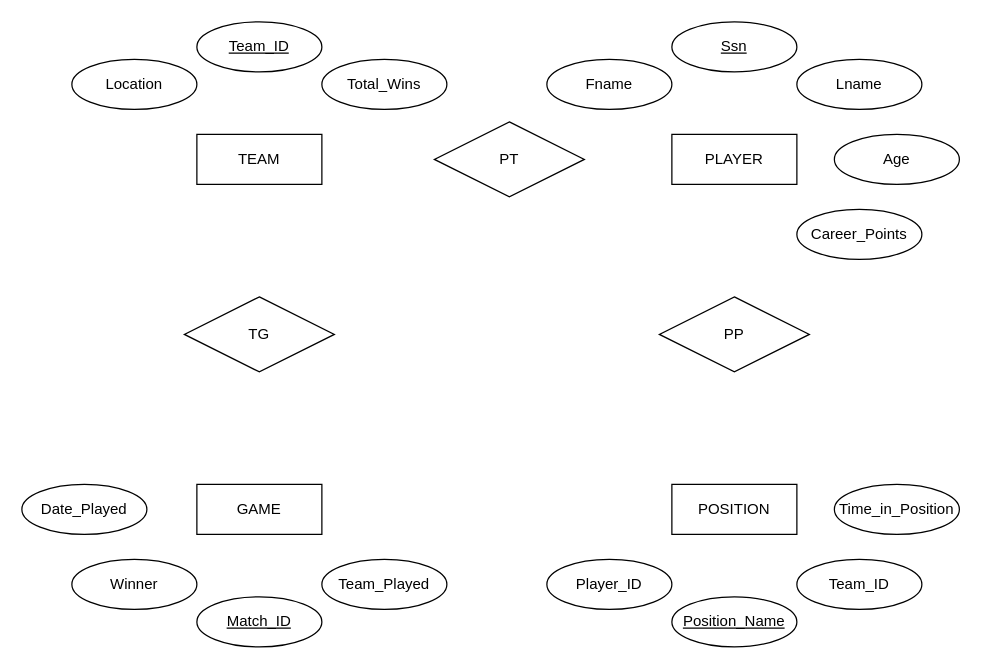
Above: Untitled Diagram.drawio in JarredFoley/Final-Project-CMS (draw.io), before the change. Source tidied: cells renumbered, new cells numbered last; positions are measured from the earlier drawing's top-left corner, leaving out a move shared by most shapes. Both pictures are drawn from the tidied source at 125%, with x=0, y=0 at pixel (21, 21).
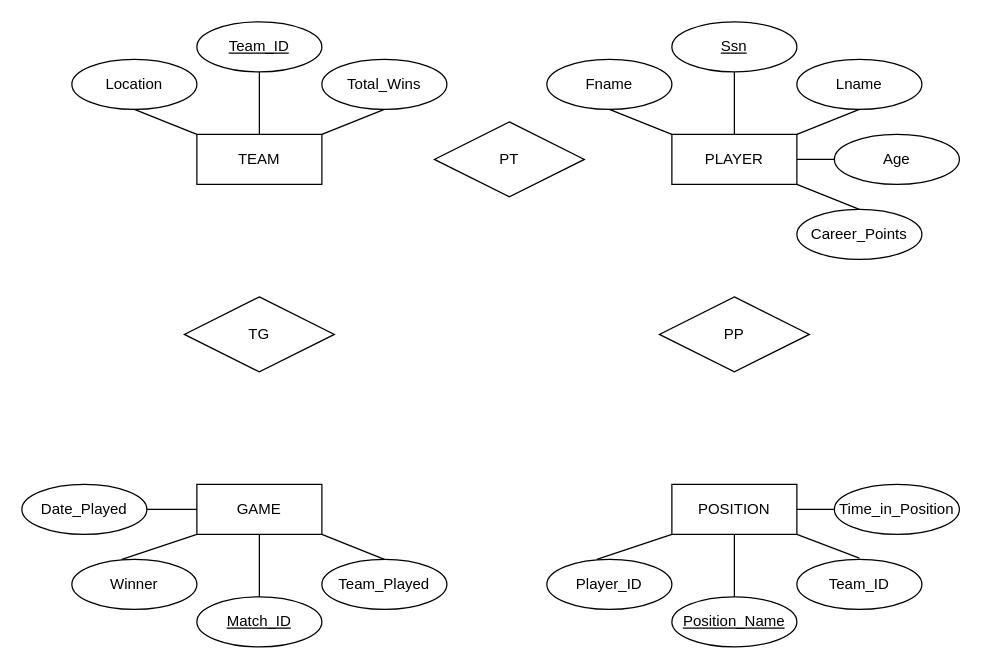
The same diagram, later.

Unchanged cells that the change refers to:
```xml
<mxCell id="2" value="TEAM" style="whiteSpace=wrap;html=1;align=center;" parent="1" vertex="1">
  <mxGeometry x="140" y="90" width="100" height="40" as="geometry" />
</mxCell>
<mxCell id="3" value="PLAYER" style="whiteSpace=wrap;html=1;align=center;" parent="1" vertex="1">
  <mxGeometry x="520" y="90" width="100" height="40" as="geometry" />
</mxCell>
<mxCell id="4" value="GAME" style="whiteSpace=wrap;html=1;align=center;" parent="1" vertex="1">
  <mxGeometry x="140" y="370" width="100" height="40" as="geometry" />
</mxCell>
<mxCell id="5" value="POSITION" style="whiteSpace=wrap;html=1;align=center;" parent="1" vertex="1">
  <mxGeometry x="520" y="370" width="100" height="40" as="geometry" />
</mxCell>
<mxCell id="20" value="Date_Played" style="ellipse;whiteSpace=wrap;html=1;align=center;" parent="1" vertex="1">
  <mxGeometry y="370" width="100" height="40" as="geometry" />
</mxCell>
```

Change to the diagram source:
```diff
@@
+    <mxCell id="25" style="endArrow=none;html=1;rounded=0;entryX=0;entryY=0;entryDx=0;entryDy=0;" parent="1" edge="1" target="2">
+      <mxGeometry relative="1" as="geometry">
+        <mxPoint x="90" y="70" as="sourcePoint" />
+      </mxGeometry>
+    </mxCell>
+    <mxCell id="26" style="endArrow=none;html=1;rounded=0;entryX=0.5;entryY=0;entryDx=0;entryDy=0;" parent="1" edge="1" target="2">
+      <mxGeometry relative="1" as="geometry">
+        <mxPoint x="190" y="40" as="sourcePoint" />
+      </mxGeometry>
+    </mxCell>
+    <mxCell id="27" style="endArrow=none;html=1;rounded=0;entryX=1;entryY=0;entryDx=0;entryDy=0;" parent="1" edge="1" target="2">
+      <mxGeometry relative="1" as="geometry">
+        <mxPoint x="290" y="70" as="sourcePoint" />
+      </mxGeometry>
+    </mxCell>
+    <mxCell id="28" style="endArrow=none;html=1;rounded=0;entryX=0;entryY=0;entryDx=0;entryDy=0;" parent="1" edge="1" target="3">
+      <mxGeometry relative="1" as="geometry">
+        <mxPoint x="470" y="70" as="sourcePoint" />
+      </mxGeometry>
+    </mxCell>
+    <mxCell id="29" style="endArrow=none;html=1;rounded=0;entryX=0.5;entryY=0;entryDx=0;entryDy=0;" parent="1" edge="1" target="3">
+      <mxGeometry relative="1" as="geometry">
+        <mxPoint x="570" y="40" as="sourcePoint" />
+      </mxGeometry>
+    </mxCell>
+    <mxCell id="30" style="endArrow=none;html=1;rounded=0;entryX=1;entryY=0;entryDx=0;entryDy=0;" parent="1" edge="1" target="3">
+      <mxGeometry relative="1" as="geometry">
+        <mxPoint x="670" y="70" as="sourcePoint" />
+      </mxGeometry>
+    </mxCell>
+    <mxCell id="31" style="endArrow=none;html=1;rounded=0;entryX=1;entryY=0.5;entryDx=0;entryDy=0;" parent="1" edge="1" target="3">
+      <mxGeometry relative="1" as="geometry">
+        <mxPoint x="650" y="110" as="sourcePoint" />
+      </mxGeometry>
+    </mxCell>
+    <mxCell id="32" style="endArrow=none;html=1;rounded=0;entryX=1;entryY=1;entryDx=0;entryDy=0;" parent="1" edge="1" target="3">
+      <mxGeometry relative="1" as="geometry">
+        <mxPoint x="670" y="150" as="sourcePoint" />
+      </mxGeometry>
+    </mxCell>
+    <mxCell id="33" style="endArrow=none;html=1;rounded=0;" parent="1" edge="1" source="20">
+      <mxGeometry relative="1" as="geometry">
+        <mxPoint x="140" y="390" as="targetPoint" />
+      </mxGeometry>
+    </mxCell>
+    <mxCell id="34" style="endArrow=none;html=1;rounded=0;entryX=0;entryY=1;entryDx=0;entryDy=0;" parent="1" edge="1" target="4">
+      <mxGeometry relative="1" as="geometry">
+        <mxPoint x="80" y="430" as="sourcePoint" />
+      </mxGeometry>
+    </mxCell>
+    <mxCell id="35" style="endArrow=none;html=1;rounded=0;entryX=0.5;entryY=1;entryDx=0;entryDy=0;" parent="1" edge="1" target="4">
+      <mxGeometry relative="1" as="geometry">
+        <mxPoint x="190" y="460" as="sourcePoint" />
+      </mxGeometry>
+    </mxCell>
+    <mxCell id="36" style="endArrow=none;html=1;rounded=0;entryX=1;entryY=1;entryDx=0;entryDy=0;" parent="1" edge="1" target="4">
+      <mxGeometry relative="1" as="geometry">
+        <mxPoint x="290" y="430" as="sourcePoint" />
+      </mxGeometry>
+    </mxCell>
+    <mxCell id="37" style="endArrow=none;html=1;rounded=0;entryX=0;entryY=1;entryDx=0;entryDy=0;" parent="1" edge="1" target="5">
+      <mxGeometry relative="1" as="geometry">
+        <mxPoint x="460" y="430" as="sourcePoint" />
+      </mxGeometry>
+    </mxCell>
+    <mxCell id="38" style="endArrow=none;html=1;rounded=0;entryX=0.5;entryY=1;entryDx=0;entryDy=0;" parent="1" edge="1" target="5">
+      <mxGeometry relative="1" as="geometry">
+        <mxPoint x="570" y="460" as="sourcePoint" />
+      </mxGeometry>
+    </mxCell>
+    <mxCell id="39" style="endArrow=none;html=1;rounded=0;entryX=1;entryY=1;entryDx=0;entryDy=0;" parent="1" edge="1" target="5">
+      <mxGeometry relative="1" as="geometry">
+        <mxPoint x="670" y="429" as="sourcePoint" />
+      </mxGeometry>
+    </mxCell>
+    <mxCell id="40" style="endArrow=none;html=1;rounded=0;" parent="1" edge="1">
+      <mxGeometry relative="1" as="geometry">
+        <mxPoint x="620" y="390" as="sourcePoint" />
+        <mxPoint x="650" y="390" as="targetPoint" />
+      </mxGeometry>
+    </mxCell>
```
